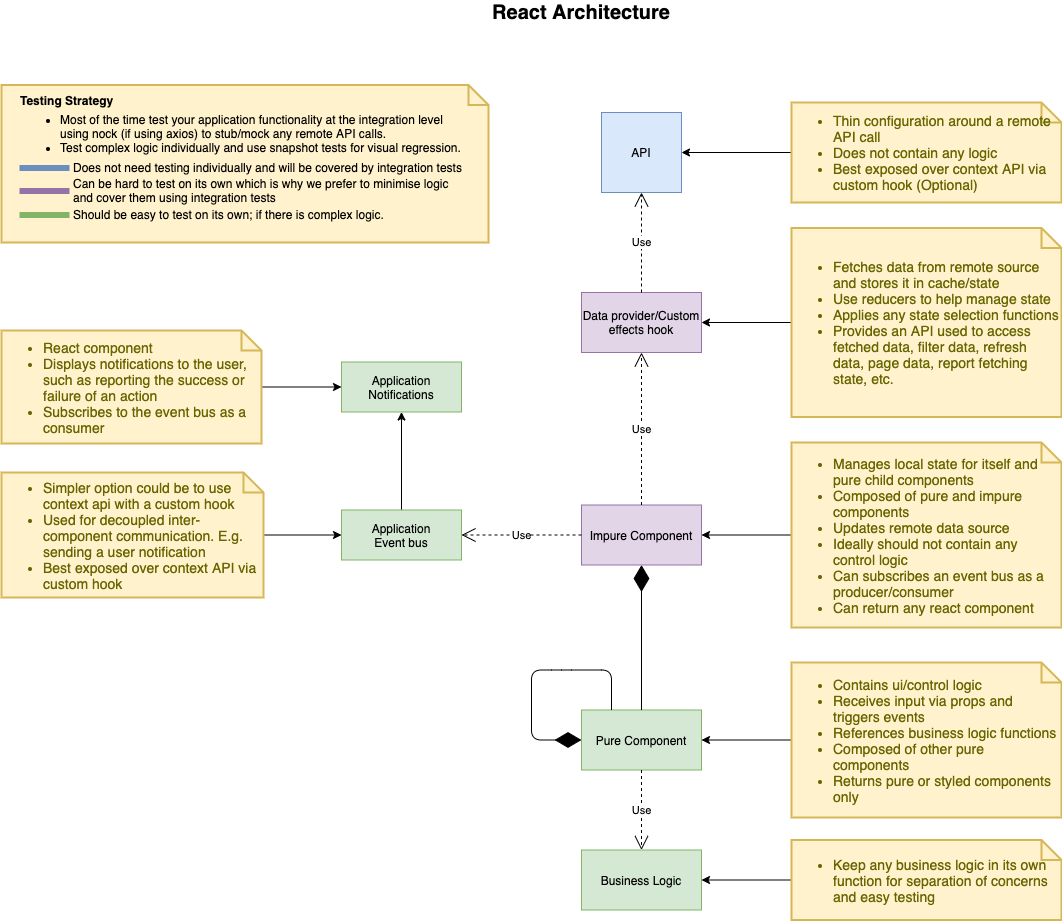
The draw.io diagram documentation/React-Architecture.png in kerryconvery/game-stream-search-public, before a commit. Source tidied: cells renumbered, new cells last; positions are measured from the earlier drawing's top-left corner, leaving out a move shared by most shapes.
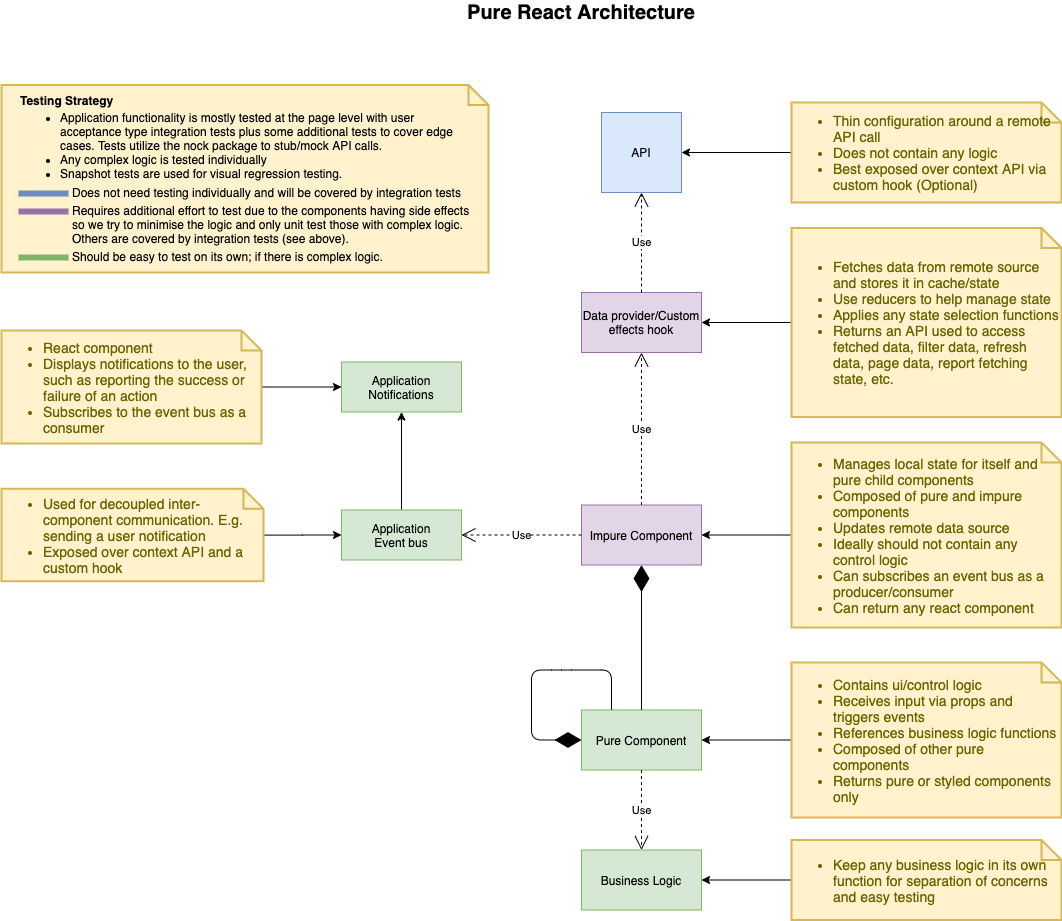
After the change.

The edit, as a diff of the source:
```diff
@@ -3,7 +3,7 @@
     <mxCell id="0" />
     <mxCell id="1" parent="0" />
     <mxCell id="2" value="&lt;div&gt;&lt;br&gt;&lt;/div&gt;" style="shape=note;strokeWidth=2;fontSize=14;size=20;whiteSpace=wrap;html=1;fillColor=#fff2cc;strokeColor=#d6b656;fontColor=#666600;align=left;spacingLeft=0;" parent="1" vertex="1">
-      <mxGeometry y="82.5" width="487" height="157.5" as="geometry" />
+      <mxGeometry y="82.5" width="487" height="187.5" as="geometry" />
     </mxCell>
     <mxCell id="3" value="Pure Component" style="rounded=0;whiteSpace=wrap;html=1;fillColor=#d5e8d4;strokeColor=#82b366;" parent="1" vertex="1">
       <mxGeometry x="580" y="707.5" width="120" height="60" as="geometry" />
@@ -49,7 +49,7 @@
     <mxCell id="13" style="edgeStyle=orthogonalEdgeStyle;rounded=0;jettySize=auto;html=1;entryX=1;entryY=0.5;entryDx=0;entryDy=0;" parent="1" edge="1" source="14" target="12">
       <mxGeometry relative="1" as="geometry" />
     </mxCell>
-    <mxCell id="14" value="&lt;ul&gt;&lt;li&gt;Fetches data from remote source and stores it in cache/state&lt;/li&gt;&lt;li&gt;Use reducers to help manage state&lt;/li&gt;&lt;li&gt;Applies any state selection functions&lt;/li&gt;&lt;li&gt;Provides an API used to access fetched data, filter data, refresh data, page data, report fetching state, etc.&lt;/li&gt;&lt;/ul&gt;" style="shape=note;strokeWidth=2;fontSize=14;size=20;whiteSpace=wrap;html=1;fillColor=#fff2cc;strokeColor=#d6b656;fontColor=#666600;align=left;spacingLeft=0;" parent="1" vertex="1">
+    <mxCell id="14" value="&lt;ul&gt;&lt;li&gt;Fetches data from remote source and stores it in cache/state&lt;/li&gt;&lt;li&gt;Use reducers to help manage state&lt;/li&gt;&lt;li&gt;Applies any state selection functions&lt;/li&gt;&lt;li&gt;Returns an API used to access fetched data, filter data, refresh data, page data, report fetching state, etc.&lt;/li&gt;&lt;/ul&gt;" style="shape=note;strokeWidth=2;fontSize=14;size=20;whiteSpace=wrap;html=1;fillColor=#fff2cc;strokeColor=#d6b656;fontColor=#666600;align=left;spacingLeft=0;" parent="1" vertex="1">
       <mxGeometry x="790" y="225.5" width="270" height="189" as="geometry" />
     </mxCell>
     <mxCell id="15" style="edgeStyle=orthogonalEdgeStyle;rounded=0;jettySize=auto;html=1;entryX=1;entryY=0.5;entryDx=0;entryDy=0;" parent="1" edge="1" source="16" target="7">
@@ -78,30 +78,30 @@
     </mxCell>
     <mxCell id="23" style="endArrow=none;html=1;strokeWidth=6;fillColor=#dae8fc;strokeColor=#6c8ebf;" parent="1" edge="1">
       <mxGeometry relative="1" as="geometry">
-        <mxPoint x="18" y="165.5" as="sourcePoint" />
-        <mxPoint x="68" y="165.5" as="targetPoint" />
+        <mxPoint x="17" y="191" as="sourcePoint" />
+        <mxPoint x="67" y="191" as="targetPoint" />
       </mxGeometry>
     </mxCell>
     <mxCell id="24" value="Does not need testing individually and will be covered by integration tests" style="text;html=1;strokeColor=none;fillColor=none;align=left;verticalAlign=middle;whiteSpace=wrap;rounded=0;" parent="1" vertex="1">
-      <mxGeometry x="70" y="154.5" width="410" height="20" as="geometry" />
+      <mxGeometry x="69" y="180" width="410" height="20" as="geometry" />
     </mxCell>
     <mxCell id="25" style="endArrow=none;html=1;strokeWidth=6;fillColor=#e1d5e7;strokeColor=#9673a6;" parent="1" edge="1">
       <mxGeometry relative="1" as="geometry">
-        <mxPoint x="18" y="188.5" as="sourcePoint" />
-        <mxPoint x="68" y="188.5" as="targetPoint" />
+        <mxPoint x="17" y="209" as="sourcePoint" />
+        <mxPoint x="67" y="209" as="targetPoint" />
       </mxGeometry>
     </mxCell>
-    <mxCell id="26" value="Can be hard to test on its own which is why we prefer to minimise logic and cover them using integration tests" style="text;html=1;strokeColor=none;fillColor=none;align=left;verticalAlign=middle;whiteSpace=wrap;rounded=0;" parent="1" vertex="1">
-      <mxGeometry x="70" y="177.5" width="400" height="20" as="geometry" />
+    <mxCell id="26" value="Requires additional effort to test due to the components having side effects so we try to minimise the logic and only unit test those with complex logic.&amp;nbsp; Others are covered by integration tests (see above)." style="text;html=1;strokeColor=none;fillColor=none;align=left;verticalAlign=middle;whiteSpace=wrap;rounded=0;" parent="1" vertex="1">
+      <mxGeometry x="69" y="203" width="400" height="37" as="geometry" />
     </mxCell>
     <mxCell id="27" style="endArrow=none;html=1;strokeWidth=6;fillColor=#d5e8d4;strokeColor=#82b366;" parent="1" edge="1">
       <mxGeometry relative="1" as="geometry">
-        <mxPoint x="18" y="212.5" as="sourcePoint" />
-        <mxPoint x="68" y="212.5" as="targetPoint" />
+        <mxPoint x="17" y="255" as="sourcePoint" />
+        <mxPoint x="67" y="255" as="targetPoint" />
       </mxGeometry>
     </mxCell>
     <mxCell id="28" value="Should be easy to test on its own; if there is complex logic." style="text;html=1;strokeColor=none;fillColor=none;align=left;verticalAlign=middle;whiteSpace=wrap;rounded=0;" parent="1" vertex="1">
-      <mxGeometry x="70" y="201.5" width="320" height="20" as="geometry" />
+      <mxGeometry x="69" y="244" width="320" height="20" as="geometry" />
     </mxCell>
     <mxCell id="29" style="edgeStyle=orthogonalEdgeStyle;rounded=0;jettySize=auto;html=1;entryX=0.5;entryY=1;entryDx=0;entryDy=0;" parent="1" edge="1" source="30" target="32">
       <mxGeometry relative="1" as="geometry" />
@@ -118,8 +118,8 @@
     <mxCell id="33" style="edgeStyle=orthogonalEdgeStyle;rounded=0;jettySize=auto;html=1;entryX=0;entryY=0.5;entryDx=0;entryDy=0;" parent="1" edge="1" source="34" target="30">
       <mxGeometry relative="1" as="geometry" />
     </mxCell>
-    <mxCell id="34" value="&lt;ul&gt;&lt;li&gt;Simpler&amp;nbsp;option could be to use context api with a custom hook&lt;/li&gt;&lt;li&gt;&lt;span&gt;Used for decoupled inter-component communication. E.g. sending a user notification&lt;/span&gt;&lt;br&gt;&lt;/li&gt;&lt;li&gt;&lt;span&gt;Best exposed over context API via custom hook&lt;/span&gt;&lt;/li&gt;&lt;/ul&gt;" style="shape=note;strokeWidth=2;fontSize=14;size=20;whiteSpace=wrap;html=1;fillColor=#fff2cc;strokeColor=#d6b656;fontColor=#666600;align=left;spacingLeft=0;" parent="1" vertex="1">
-      <mxGeometry y="470" width="262" height="125" as="geometry" />
+    <mxCell id="34" value="&lt;ul&gt;&lt;li&gt;&lt;span&gt;Used for decoupled inter-component communication. E.g. sending a user notification&lt;/span&gt;&lt;br&gt;&lt;/li&gt;&lt;li&gt;&lt;span&gt;Exposed over context API and a custom hook&lt;/span&gt;&lt;/li&gt;&lt;/ul&gt;" style="shape=note;strokeWidth=2;fontSize=14;size=20;whiteSpace=wrap;html=1;fillColor=#fff2cc;strokeColor=#d6b656;fontColor=#666600;align=left;spacingLeft=0;" parent="1" vertex="1">
+      <mxGeometry y="486.2" width="262" height="92.5" as="geometry" />
     </mxCell>
     <mxCell id="35" style="edgeStyle=orthogonalEdgeStyle;rounded=0;jettySize=auto;html=1;entryX=0;entryY=0.5;entryDx=0;entryDy=0;" parent="1" edge="1" source="36" target="32">
       <mxGeometry relative="1" as="geometry" />
@@ -130,10 +130,10 @@
     <mxCell id="37" value="Testing Strategy" style="text;html=1;strokeColor=none;fillColor=none;align=left;verticalAlign=middle;whiteSpace=wrap;rounded=0;fontStyle=1;" parent="1" vertex="1">
       <mxGeometry x="17" y="87.5" width="110" height="20" as="geometry" />
     </mxCell>
-    <mxCell id="38" value="&lt;ul&gt;&lt;li&gt;Most of the time test your application functionality at the integration level using nock (if using axios) to stub/mock any remote API calls.&lt;/li&gt;&lt;li&gt;Test complex logic individually and use snapshot tests for visual regression.&lt;/li&gt;&lt;/ul&gt;" style="text;html=1;strokeColor=none;fillColor=none;align=left;verticalAlign=middle;whiteSpace=wrap;rounded=0;" parent="1" vertex="1">
-      <mxGeometry x="17" y="115.5" width="450" height="30" as="geometry" />
+    <mxCell id="38" value="&lt;ul&gt;&lt;li&gt;Application functionality is mostly tested at the page level with user acceptance type integration tests plus some additional tests to cover edge cases. Tests utilize the nock package to stub/mock API calls.&lt;/li&gt;&lt;li&gt;Any complex logic is tested individually&lt;/li&gt;&lt;li&gt;Snapshot tests are used for visual regression testing.&lt;/li&gt;&lt;/ul&gt;" style="text;html=1;strokeColor=none;fillColor=none;align=left;verticalAlign=middle;whiteSpace=wrap;rounded=0;" parent="1" vertex="1">
+      <mxGeometry x="17" y="115.5" width="450" height="54.5" as="geometry" />
     </mxCell>
-    <mxCell id="39" value="React Architecture" style="text;html=1;strokeColor=none;fillColor=none;align=center;verticalAlign=middle;whiteSpace=wrap;rounded=0;fontStyle=1;fontSize=20;" parent="1" vertex="1">
+    <mxCell id="39" value="Pure React Architecture" style="text;html=1;strokeColor=none;fillColor=none;align=center;verticalAlign=middle;whiteSpace=wrap;rounded=0;fontStyle=1;fontSize=20;" parent="1" vertex="1">
       <mxGeometry x="410" width="340" height="20" as="geometry" />
     </mxCell>
   </root>
```
